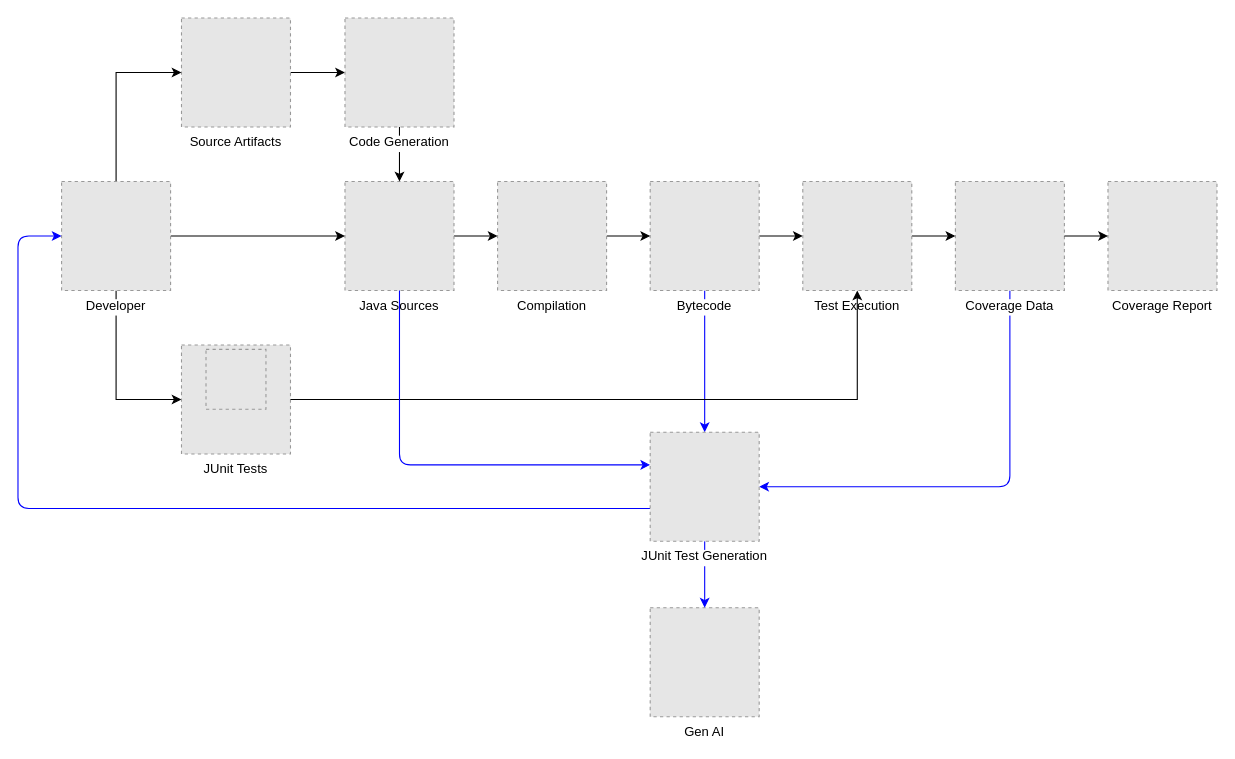
This is model/practices/junit/junit-practice.drawio from Nasdanika/nasdanika.github.io, a draw.io file, before an edit. Source tidied: cells renumbered, new cells numbered last; positions are measured from the earlier drawing's top-left corner, leaving out a move shared by most shapes. Both pictures are drawn from the tidied source at 109%, with x=0, y=0 at pixel (17, 17). Pictures stored in the file or linked from it are replaced by grey dashed boxes.
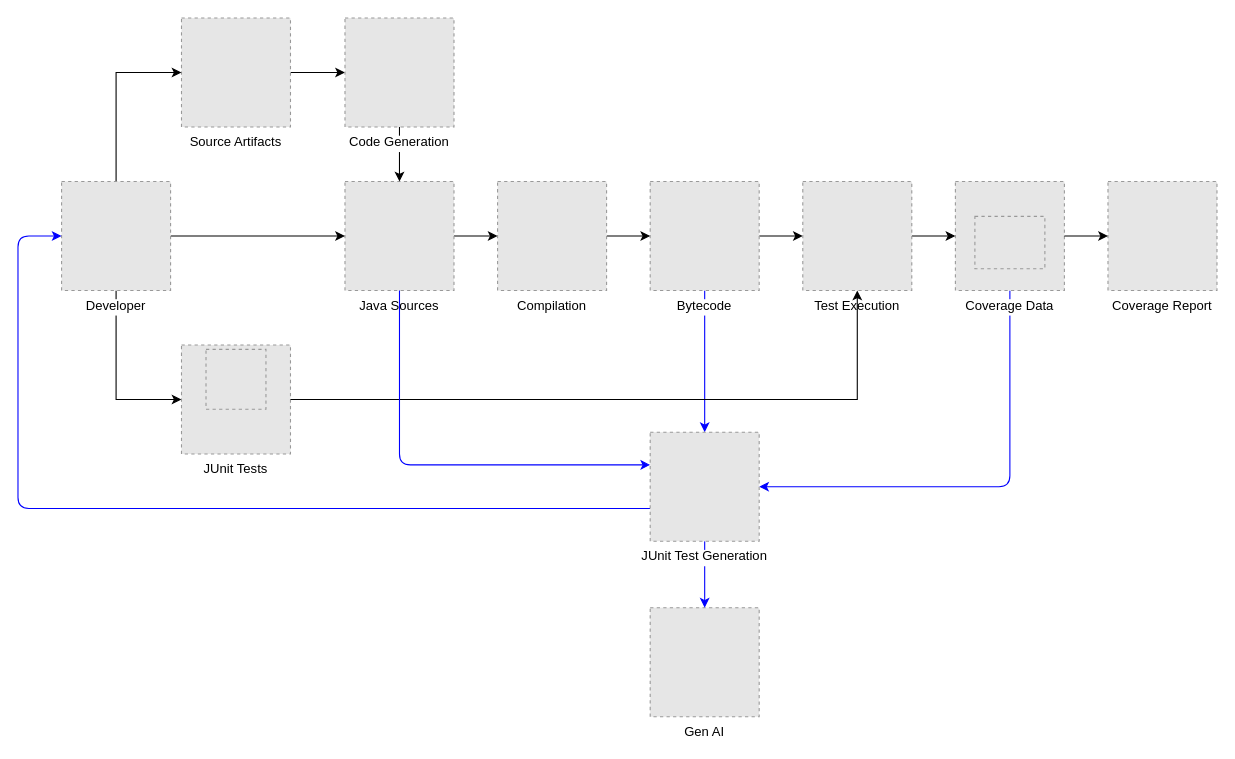
Above is the later version.

Change to the diagram source:
```diff
@@
+    <mxCell id="32" style="fillColor=#E6E6E6;strokeColor=#999999;dashed=1;verticalLabelPosition=bottom;labelBackgroundColor=default;verticalAlign=top;" parent="1" vertex="1">
+      <mxGeometry x="877.9" y="182" width="64.2" height="48" as="geometry" />
+    </mxCell>
```
